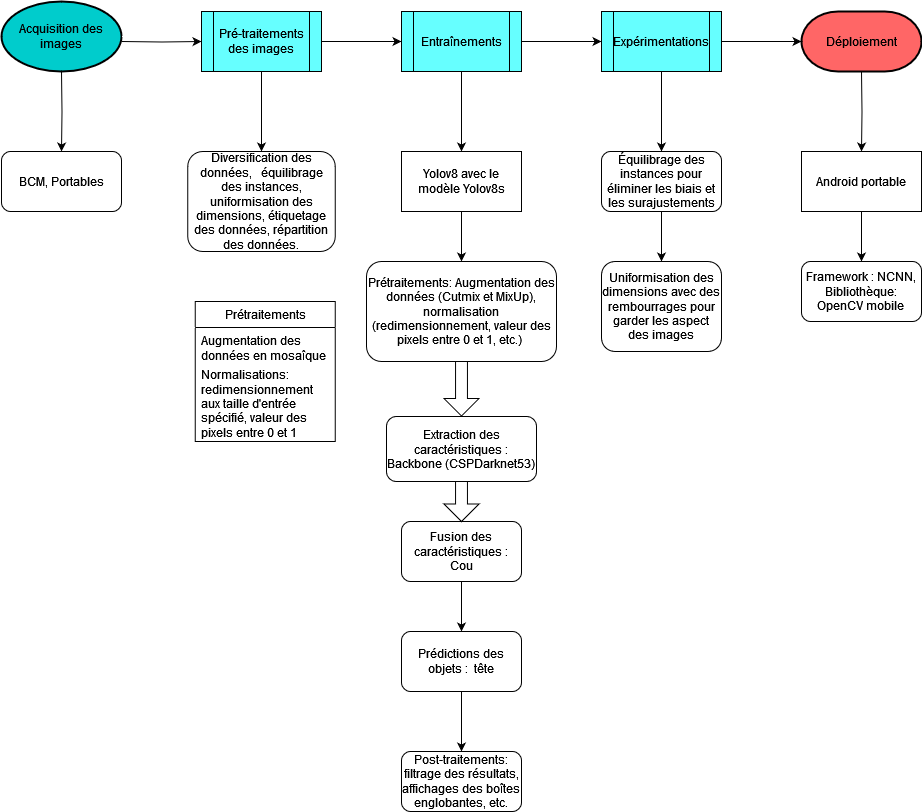
Earlier version of the draw.io export Ariary_recognition.drawio.png (bihoux/Repertoire_vaovao). Source tidied: cells renumbered, new cells last; positions are measured from the earlier drawing's top-left corner, leaving out a move shared by most shapes.
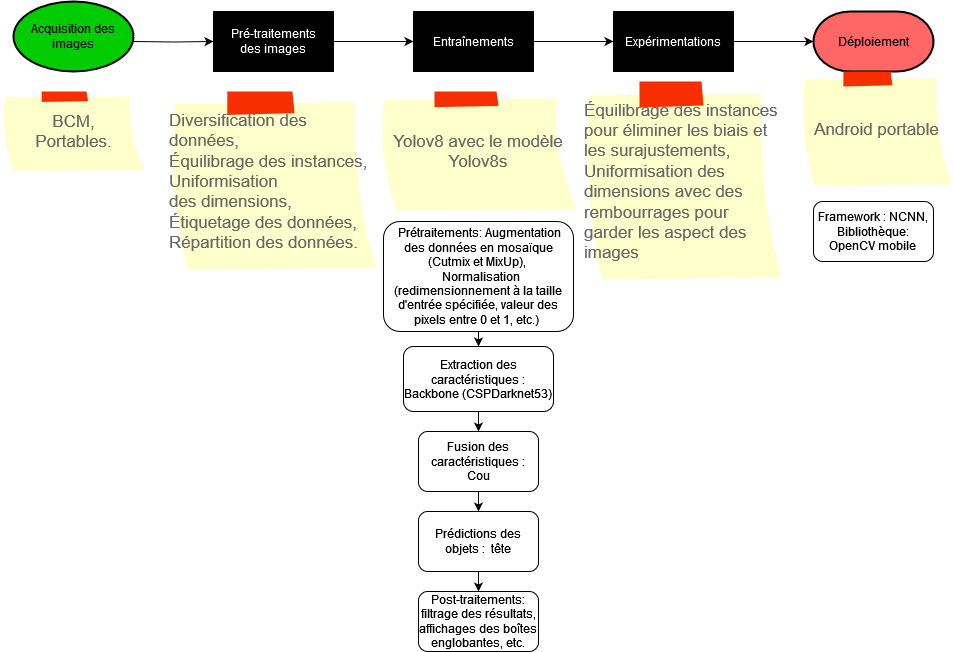
Later version of the same file.

Commit message:
Mettre à jour Ariary_recognition.drawio.png

The edit, as a diff of the source:
```diff
@@ -2,126 +2,81 @@
   <root>
     <mxCell id="0" />
     <mxCell id="1" parent="0" />
-    <mxCell id="2" style="edgeStyle=orthogonalEdgeStyle;rounded=0;jettySize=auto;html=1;" parent="1" edge="1" target="6">
+    <mxCell id="2" style="edgeStyle=orthogonalEdgeStyle;rounded=0;jettySize=auto;html=1;fillColor=#66FFFF;" parent="1" edge="1" target="6">
       <mxGeometry relative="1" as="geometry">
         <mxPoint x="120" y="40" as="sourcePoint" />
       </mxGeometry>
     </mxCell>
-    <mxCell id="3" style="edgeStyle=orthogonalEdgeStyle;rounded=0;jettySize=auto;html=1;" parent="1" edge="1" target="14">
-      <mxGeometry relative="1" as="geometry">
-        <mxPoint x="60" y="70" as="sourcePoint" />
-      </mxGeometry>
-    </mxCell>
-    <mxCell id="4" style="edgeStyle=orthogonalEdgeStyle;rounded=0;jettySize=auto;html=1;" parent="1" edge="1" source="6" target="9">
+    <mxCell id="4" style="edgeStyle=orthogonalEdgeStyle;rounded=0;jettySize=auto;html=1;fillColor=#66FFFF;" parent="1" edge="1" source="6" target="9">
       <mxGeometry relative="1" as="geometry" />
     </mxCell>
-    <mxCell id="5" style="edgeStyle=orthogonalEdgeStyle;rounded=0;jettySize=auto;html=1;" parent="1" edge="1" source="6" target="15">
-      <mxGeometry relative="1" as="geometry">
-        <Array as="points">
-          <mxPoint x="260" y="120" />
-          <mxPoint x="260" y="120" />
-        </Array>
-      </mxGeometry>
-    </mxCell>
-    <mxCell id="6" value="Pré-traitements des images" style="shape=process;whiteSpace=wrap;html=1;backgroundOutline=1;fillColor=#66FFFF;" parent="1" vertex="1">
+    <mxCell id="6" value="Pré-traitements des images" style="shape=process;whiteSpace=wrap;html=1;backgroundOutline=1;fillColor=#000000;fontColor=#FFFFFF;" parent="1" vertex="1">
       <mxGeometry x="200" y="10" width="120" height="60" as="geometry" />
     </mxCell>
-    <mxCell id="7" style="edgeStyle=orthogonalEdgeStyle;rounded=0;jettySize=auto;html=1;" parent="1" edge="1" source="9" target="12">
+    <mxCell id="7" style="edgeStyle=orthogonalEdgeStyle;rounded=0;jettySize=auto;html=1;fillColor=#66FFFF;" parent="1" edge="1" source="9" target="12">
       <mxGeometry relative="1" as="geometry" />
     </mxCell>
-    <mxCell id="8" style="edgeStyle=orthogonalEdgeStyle;rounded=0;jettySize=auto;html=1;" parent="1" edge="1" source="9" target="17">
-      <mxGeometry relative="1" as="geometry" />
-    </mxCell>
-    <mxCell id="9" value="Entraînements" style="shape=process;whiteSpace=wrap;html=1;backgroundOutline=1;fillColor=#66FFFF;" parent="1" vertex="1">
+    <mxCell id="9" value="Entraînements" style="shape=process;whiteSpace=wrap;html=1;backgroundOutline=1;fillColor=#000000;fontColor=#FFFFFF;" parent="1" vertex="1">
       <mxGeometry x="400" y="10" width="120" height="60" as="geometry" />
     </mxCell>
-    <mxCell id="10" style="edgeStyle=orthogonalEdgeStyle;rounded=0;jettySize=auto;html=1;" parent="1" edge="1" source="12">
+    <mxCell id="10" style="edgeStyle=orthogonalEdgeStyle;rounded=0;jettySize=auto;html=1;fillColor=#66FFFF;" parent="1" edge="1" source="12">
       <mxGeometry relative="1" as="geometry">
         <mxPoint x="800" y="40" as="targetPoint" />
       </mxGeometry>
     </mxCell>
-    <mxCell id="11" style="edgeStyle=orthogonalEdgeStyle;rounded=0;jettySize=auto;html=1;" parent="1" edge="1" source="12" target="26">
-      <mxGeometry relative="1" as="geometry" />
-    </mxCell>
-    <mxCell id="12" value="Expérimentations" style="shape=process;whiteSpace=wrap;html=1;backgroundOutline=1;fillColor=#66FFFF;" parent="1" vertex="1">
+    <mxCell id="12" value="Expérimentations" style="shape=process;whiteSpace=wrap;html=1;backgroundOutline=1;fillColor=#000000;fontColor=#FFFFFF;" parent="1" vertex="1">
       <mxGeometry x="600" y="10" width="120" height="60" as="geometry" />
     </mxCell>
-    <mxCell id="13" style="edgeStyle=orthogonalEdgeStyle;rounded=0;jettySize=auto;html=1;" parent="1" edge="1" target="29">
-      <mxGeometry relative="1" as="geometry">
-        <mxPoint x="860" y="70" as="sourcePoint" />
-      </mxGeometry>
-    </mxCell>
-    <mxCell id="14" value="BCM, Portables" style="rounded=1;whiteSpace=wrap;html=1;" parent="1" vertex="1">
-      <mxGeometry y="150" width="120" height="60" as="geometry" />
-    </mxCell>
-    <mxCell id="15" value="Diversification des données,&amp;nbsp;&amp;nbsp; équilibrage des instances, uniformisation des dimensions, étiquetage des données, répartition des données." style="rounded=1;whiteSpace=wrap;html=1;" parent="1" vertex="1">
-      <mxGeometry x="186.2" y="150" width="147.5" height="100" as="geometry" />
-    </mxCell>
-    <mxCell id="16" style="edgeStyle=orthogonalEdgeStyle;rounded=0;jettySize=auto;html=1;" parent="1" edge="1" source="17" target="18">
-      <mxGeometry relative="1" as="geometry" />
-    </mxCell>
-    <mxCell id="17" value="Yolov8 avec le modèle Yolov8s" style="whiteSpace=wrap;html=1;" parent="1" vertex="1">
-      <mxGeometry x="400" y="150" width="120" height="60" as="geometry" />
-    </mxCell>
+    <mxCell id="38" style="edgeStyle=orthogonalEdgeStyle;rounded=0;jettySize=auto;html=1;" parent="1" edge="1" source="18" target="19">
+      <mxGeometry relative="1" as="geometry" />
+    </mxCell>
-    <mxCell id="18" value="Prétraitements: Augmentation des données (Cutmix et MixUp), normalisation (redimensionnement, valeur des pixels entre 0 et 1, etc.)&amp;nbsp; " style="rounded=1;whiteSpace=wrap;html=1;" parent="1" vertex="1">
-      <mxGeometry x="365" y="260" width="190" height="100" as="geometry" />
+    <mxCell id="18" value="&amp;nbsp;Prétraitements: Augmentation des données en mosaïque (Cutmix et MixUp),&amp;nbsp;&lt;div&gt;&amp;nbsp; Normalisation (redimensionnement à la taille d'entrée spécifiée, valeur des pixels entre 0 et 1, etc.)&amp;nbsp; &lt;/div&gt;" style="rounded=1;whiteSpace=wrap;html=1;" parent="1" vertex="1">
+      <mxGeometry x="370" y="220" width="190" height="110" as="geometry" />
     </mxCell>
+    <mxCell id="39" style="edgeStyle=orthogonalEdgeStyle;rounded=0;jettySize=auto;html=1;" parent="1" edge="1" source="19" target="21">
+      <mxGeometry relative="1" as="geometry" />
+    </mxCell>
     <mxCell id="19" value="Extraction des caractéristiques : Backbone (CSPDarknet53)" style="rounded=1;whiteSpace=wrap;html=1;" parent="1" vertex="1">
-      <mxGeometry x="385" y="415" width="150" height="65" as="geometry" />
+      <mxGeometry x="390" y="345" width="150" height="65" as="geometry" />
     </mxCell>
     <mxCell id="20" style="edgeStyle=orthogonalEdgeStyle;rounded=0;jettySize=auto;html=1;" parent="1" edge="1" source="21" target="23">
       <mxGeometry relative="1" as="geometry" />
     </mxCell>
     <mxCell id="21" value="Fusion des caractéristiques : Cou" style="rounded=1;whiteSpace=wrap;html=1;" parent="1" vertex="1">
-      <mxGeometry x="400" y="520" width="120" height="60" as="geometry" />
+      <mxGeometry x="405" y="430" width="120" height="60" as="geometry" />
     </mxCell>
     <mxCell id="22" style="edgeStyle=orthogonalEdgeStyle;rounded=0;jettySize=auto;html=1;" parent="1" edge="1" source="23" target="24">
       <mxGeometry relative="1" as="geometry" />
     </mxCell>
     <mxCell id="23" value="Prédictions des objets :&amp;nbsp; tête" style="rounded=1;whiteSpace=wrap;html=1;" parent="1" vertex="1">
-      <mxGeometry x="400" y="630" width="120" height="60" as="geometry" />
+      <mxGeometry x="405" y="510" width="120" height="60" as="geometry" />
     </mxCell>
     <mxCell id="24" value="Post-traitements: filtrage des résultats, affichages des boîtes englobantes, etc." style="rounded=1;whiteSpace=wrap;html=1;" parent="1" vertex="1">
-      <mxGeometry x="400" y="750" width="120" height="60" as="geometry" />
+      <mxGeometry x="405" y="590" width="120" height="60" as="geometry" />
     </mxCell>
-    <mxCell id="25" style="edgeStyle=orthogonalEdgeStyle;rounded=0;jettySize=auto;html=1;" parent="1" edge="1" source="26" target="27">
-      <mxGeometry relative="1" as="geometry" />
-    </mxCell>
-    <mxCell id="26" value="Équilibrage des instances pour éliminer les biais et les surajustements" style="rounded=1;whiteSpace=wrap;html=1;" parent="1" vertex="1">
-      <mxGeometry x="600" y="150" width="120" height="60" as="geometry" />
-    </mxCell>
-    <mxCell id="27" value="Uniformisation des dimensions avec des rembourrages pour garder les aspect des images" style="whiteSpace=wrap;html=1;rounded=1;" parent="1" vertex="1">
-      <mxGeometry x="600" y="260" width="120" height="90" as="geometry" />
-    </mxCell>
-    <mxCell id="28" style="edgeStyle=orthogonalEdgeStyle;rounded=0;jettySize=auto;html=1;" parent="1" edge="1" source="29" target="30">
-      <mxGeometry relative="1" as="geometry" />
-    </mxCell>
-    <mxCell id="29" value="Android portable" style="whiteSpace=wrap;html=1;" parent="1" vertex="1">
-      <mxGeometry x="800" y="150" width="120" height="60" as="geometry" />
-    </mxCell>
     <mxCell id="30" value="&lt;div&gt;Framework : NCNN,&lt;/div&gt;&lt;div&gt;Bibliothèque: OpenCV mobile&lt;br&gt;&lt;/div&gt;" style="rounded=1;whiteSpace=wrap;html=1;" parent="1" vertex="1">
-      <mxGeometry x="800" y="260" width="120" height="60" as="geometry" />
+      <mxGeometry x="800" y="200" width="120" height="60" as="geometry" />
     </mxCell>
-    <mxCell id="31" value="Acquisition des images" style="strokeWidth=2;html=1;shape=mxgraph.flowchart.start_1;whiteSpace=wrap;fillColor=#00CCCC;" parent="1" vertex="1">
+    <mxCell id="31" value="Acquisition des images" style="strokeWidth=2;html=1;shape=mxgraph.flowchart.start_1;whiteSpace=wrap;fillColor=#00CC00;" parent="1" vertex="1">
       <mxGeometry width="120" height="70" as="geometry" />
     </mxCell>
     <mxCell id="32" value="Déploiement" style="strokeWidth=2;html=1;shape=mxgraph.flowchart.terminator;whiteSpace=wrap;fillColor=#FF6666;" parent="1" vertex="1">
       <mxGeometry x="800" y="10" width="120" height="60" as="geometry" />
     </mxCell>
-    <mxCell id="33" value="Prétraitements" style="swimlane;fontStyle=0;horizontal=1;startSize=26;fillColor=none;html=1;" parent="1" vertex="1">
-      <mxGeometry x="193.8" y="300" width="140" height="140" as="geometry" />
-    </mxCell>
-    <mxCell id="34" value="Augmentation des données en mosaîque" style="text;strokeColor=none;fillColor=none;align=left;verticalAlign=top;spacingLeft=4;spacingRight=4;overflow=hidden;whiteSpace=wrap;html=1;" parent="33" vertex="1">
-      <mxGeometry y="26" width="140" height="34" as="geometry" />
-    </mxCell>
-    <mxCell id="35" value="Normalisations: redimensionnement aux taille d'entrée spécifié, valeur des pixels entre 0 et 1" style="text;strokeColor=none;fillColor=none;align=left;verticalAlign=top;spacingLeft=4;spacingRight=4;overflow=hidden;whiteSpace=wrap;html=1;" parent="33" vertex="1">
-      <mxGeometry y="60" width="140" height="80" as="geometry" />
-    </mxCell>
-    <mxCell id="36" style="html=1;shadow=0;dashed=0;align=center;verticalAlign=middle;shape=mxgraph.arrows2.arrow;dy=0.66;dx=17.5;direction=south;notch=0;" parent="1" vertex="1">
-      <mxGeometry x="442.5" y="360" width="35" height="54.5" as="geometry" />
-    </mxCell>
-    <mxCell id="37" style="html=1;shadow=0;dashed=0;align=center;verticalAlign=middle;shape=mxgraph.arrows2.arrow;dy=0.66;dx=17.5;direction=south;notch=0;" parent="1" vertex="1">
-      <mxGeometry x="442.5" y="480" width="35" height="40" as="geometry" />
-    </mxCell>
+    <mxCell id="40" value="&lt;div align=&quot;left&quot;&gt;Diversification des données,&lt;/div&gt;&lt;div align=&quot;left&quot;&gt;Équilibrage des instances,&amp;nbsp;&lt;/div&gt;&lt;div&gt;&lt;div align=&quot;left&quot;&gt;Uniformisation&lt;br&gt;&lt;/div&gt;&lt;div align=&quot;left&quot;&gt; des dimensions,&amp;nbsp;&lt;/div&gt;&lt;div align=&quot;left&quot;&gt;Étiquetage des données, Répartition des données.&lt;/div&gt;&lt;/div&gt;" style="strokeWidth=1;shadow=0;dashed=0;align=center;html=1;shape=mxgraph.mockup.text.stickyNote2;fontColor=#666666;mainText=;fontSize=17;whiteSpace=wrap;fillColor=#ffffcc;strokeColor=#F62E00;" parent="1" vertex="1">
+      <mxGeometry x="155" y="90" width="210" height="180" as="geometry" />
+    </mxCell>
+    <mxCell id="17" value="Yolov8 avec le modèle Yolov8s" style="strokeWidth=1;shadow=0;dashed=0;align=center;html=1;shape=mxgraph.mockup.text.stickyNote2;fontColor=#666666;mainText=;fontSize=17;whiteSpace=wrap;fillColor=#ffffcc;strokeColor=#F62E00;" parent="1" vertex="1">
+      <mxGeometry x="365" y="90" width="200" height="120" as="geometry" />
+    </mxCell>
+    <mxCell id="41" value="&lt;div align=&quot;left&quot;&gt;Équilibrage des instances pour éliminer les biais et les surajustements, &lt;br&gt;&lt;/div&gt;&lt;div align=&quot;left&quot;&gt;Uniformisation des dimensions avec des rembourrages pour garder les aspect des images&lt;/div&gt;" style="strokeWidth=1;shadow=0;dashed=0;align=center;html=1;shape=mxgraph.mockup.text.stickyNote2;fontColor=#666666;mainText=;fontSize=17;whiteSpace=wrap;fillColor=#ffffcc;strokeColor=#F62E00;" parent="1" vertex="1">
+      <mxGeometry x="570" y="80" width="200" height="200" as="geometry" />
+    </mxCell>
+    <mxCell id="42" value="BCM,&lt;br&gt;Portables." style="strokeWidth=1;shadow=0;dashed=0;align=center;html=1;shape=mxgraph.mockup.text.stickyNote2;fontColor=#666666;mainText=;fontSize=17;whiteSpace=wrap;fillColor=#ffffcc;strokeColor=#F62E00;" parent="1" vertex="1">
+      <mxGeometry x="-12.5" y="90" width="145" height="80" as="geometry" />
+    </mxCell>
+    <mxCell id="29" value="Android portable" style="strokeWidth=1;shadow=0;dashed=0;align=center;html=1;shape=mxgraph.mockup.text.stickyNote2;fontColor=#666666;mainText=;fontSize=17;whiteSpace=wrap;fillColor=#ffffcc;strokeColor=#F62E00;" parent="1" vertex="1">
+      <mxGeometry x="787" y="70" width="153" height="115" as="geometry" />
+    </mxCell>
   </root>
 </mxGraphModel>
```
